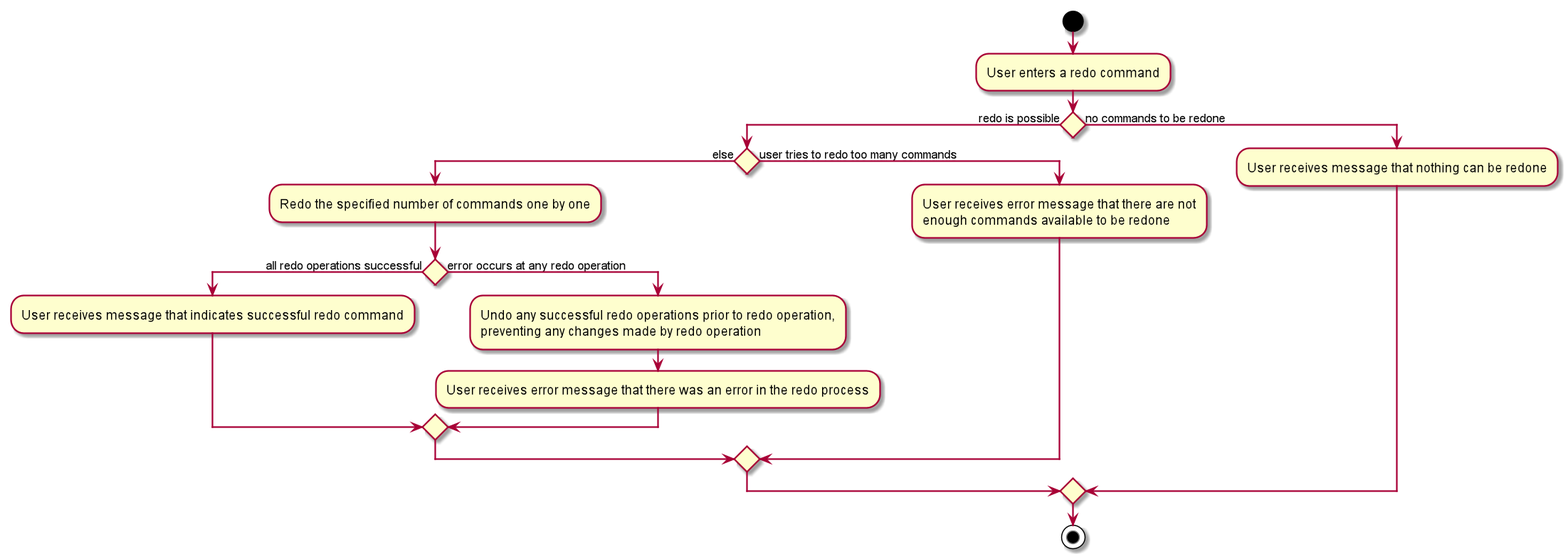
Before: docs/images/RedoCommandActivityDiagram.png, a diagram exported from PlantUML (nus-cs2103-AY1920S1/addressbook-level3).
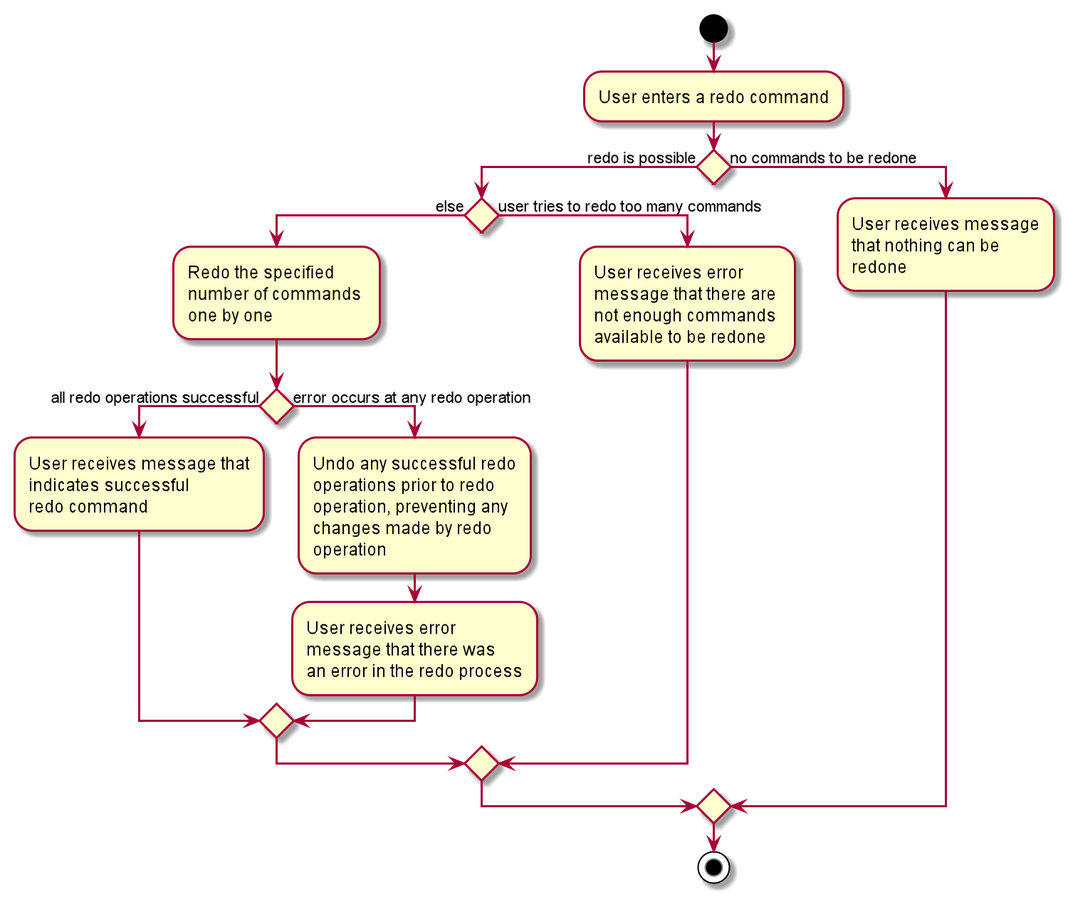
Above is the later version.

Commit message:
update activity diagram

Diff of the diagram source:
```diff
@@ -4,20 +4,33 @@
 :User enters a redo command;
 if () then (redo is possible)
     if () then (else)
-        :Redo the specified number of commands one by one;
+        :Redo the specified
+        number of commands
+        one by one;
         if () then (all redo operations successful)
-            :User receives message that indicates successful redo command;
+            :User receives message that
+            indicates successful
+            redo command;
         else (error occurs at any redo operation)
-            :Undo any successful redo operations prior to redo operation,
-            preventing any changes made by redo operation;
-            :User receives error message that there was an error in the redo process;
+            :Undo any successful redo
+            operations prior to redo
+            operation, preventing any
+            changes made by redo
+            operation;
+            :User receives error
+            message that there was
+            an error in the redo process;
         endif
     else (user tries to redo too many commands)
-        :User receives error message that there are not
-        enough commands available to be redone;
+        :User receives error
+        message that there are
+        not enough commands
+        available to be redone;
     endif
 else (no commands to be redone)
-    :User receives message that nothing can be redone;
+    :User receives message
+    that nothing can be
+    redone;
 endif
 stop
 
```
